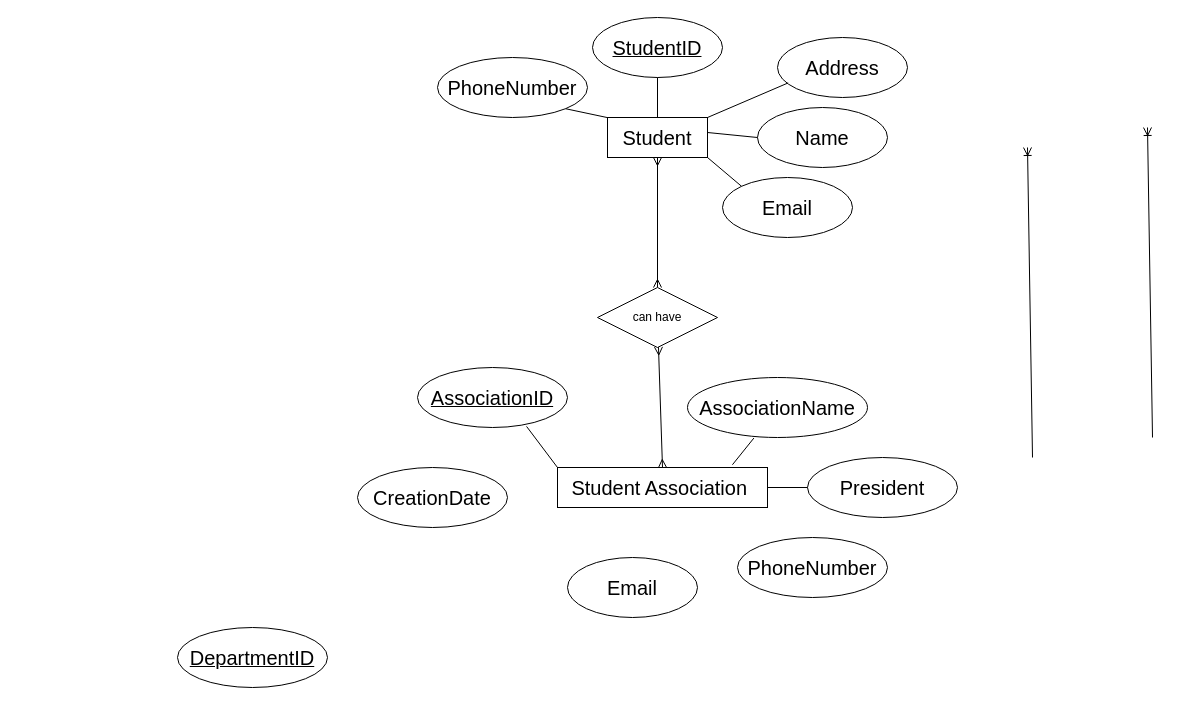
This is Untitled Diagram.drawio from Katt9/Database-Design-for-Information-Organizations, a draw.io file, before an edit. Source tidied: cells renumbered, new cells numbered last; positions are measured from the earlier drawing's top-left corner, leaving out a move shared by most shapes. Both pictures are drawn from the tidied source at 100%, with x=0, y=0 at pixel (177, 17).
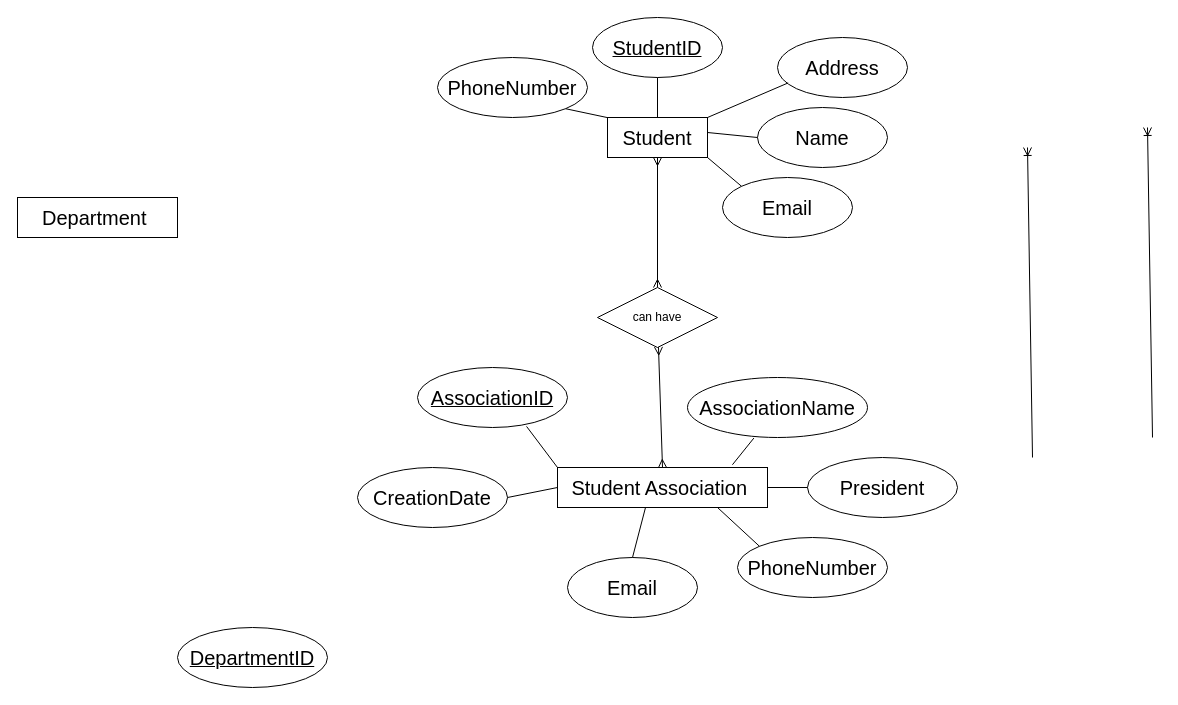
The same page after the edit.

Unchanged cells that the change refers to:
```xml
<mxCell id="15" value="&lt;font style=&quot;font-size: 20px;&quot;&gt;Student Association&amp;nbsp;&lt;/font&gt;" style="whiteSpace=wrap;html=1;align=center;" parent="1" vertex="1">
  <mxGeometry x="380" y="450" width="210" height="40" as="geometry" />
</mxCell>
<mxCell id="17" value="&lt;font style=&quot;font-size: 20px;&quot;&gt;PhoneNumber&lt;/font&gt;" style="ellipse;whiteSpace=wrap;html=1;align=center;" parent="1" vertex="1">
  <mxGeometry x="560" y="520" width="150" height="60" as="geometry" />
</mxCell>
<mxCell id="18" value="&lt;font style=&quot;font-size: 20px;&quot;&gt;Email&lt;/font&gt;" style="ellipse;whiteSpace=wrap;html=1;align=center;" parent="1" vertex="1">
  <mxGeometry x="390" y="540" width="130" height="60" as="geometry" />
</mxCell>
<mxCell id="24" value="&lt;font style=&quot;font-size: 20px;&quot;&gt;CreationDate&lt;/font&gt;" style="ellipse;whiteSpace=wrap;html=1;align=center;" parent="1" vertex="1">
  <mxGeometry x="180" y="450" width="150" height="60" as="geometry" />
</mxCell>
```

What changed in the source:
```diff
@@
+    <mxCell id="29" style="endArrow=none;html=1;rounded=0;entryX=0;entryY=0;entryDx=0;entryDy=0;" parent="1" edge="1" target="17">
+      <mxGeometry relative="1" as="geometry">
+        <mxPoint x="540" y="490" as="sourcePoint" />
+      </mxGeometry>
+    </mxCell>
+    <mxCell id="30" style="endArrow=none;html=1;rounded=0;entryX=0.5;entryY=0;entryDx=0;entryDy=0;" parent="1" edge="1" target="18">
+      <mxGeometry relative="1" as="geometry">
+        <mxPoint x="468" y="490" as="sourcePoint" />
+      </mxGeometry>
+    </mxCell>
+    <mxCell id="31" style="endArrow=none;html=1;rounded=0;entryX=0;entryY=0.5;entryDx=0;entryDy=0;exitX=1;exitY=0.5;exitDx=0;exitDy=0;" parent="1" edge="1" source="24" target="15">
+      <mxGeometry relative="1" as="geometry" />
+    </mxCell>
+    <mxCell id="32" value="&lt;font style=&quot;font-size: 20px;&quot;&gt;Department&amp;nbsp;&lt;/font&gt;" style="whiteSpace=wrap;html=1;align=center;" parent="1" vertex="1">
+      <mxGeometry x="-160" y="180" width="160" height="40" as="geometry" />
+    </mxCell>
```
